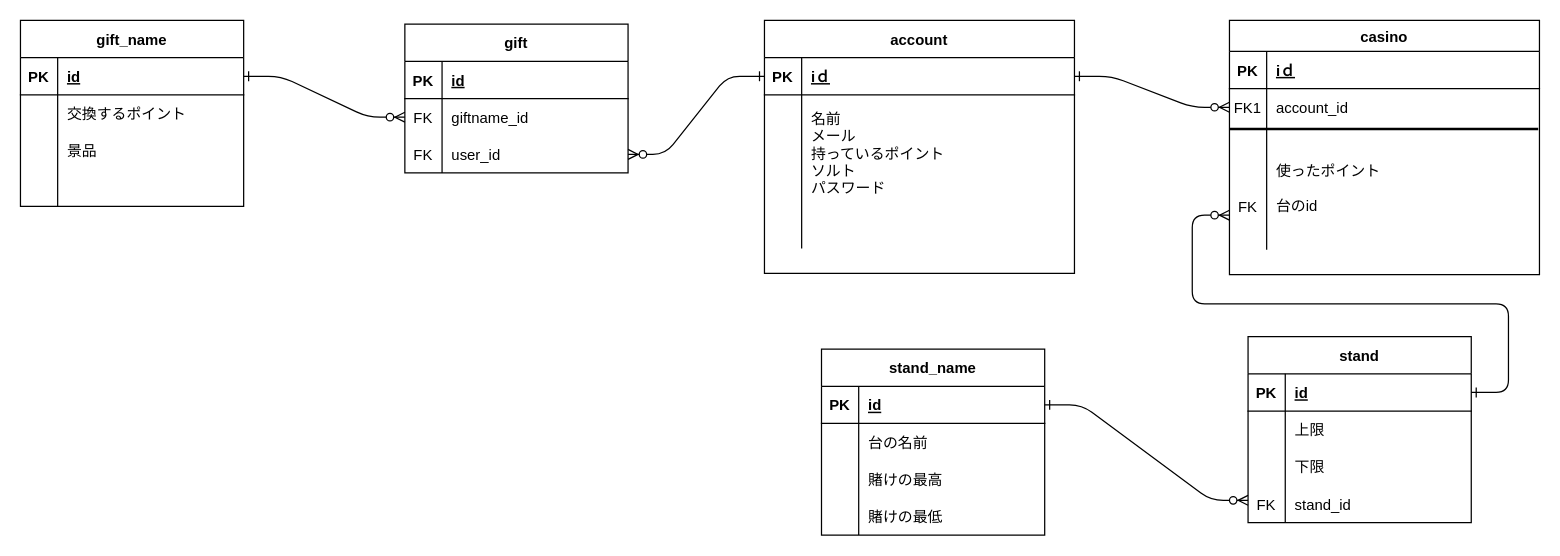
The draw.io diagram ER図.drawio in tsushima3074/Hackathon_casino, before the edit. Source tidied: cells renumbered, new cells numbered last; positions are measured from the earlier drawing's top-left corner, leaving out a move shared by most shapes. Both pictures are drawn from the tidied source at 124%, with x=0, y=0 at pixel (20, 20).
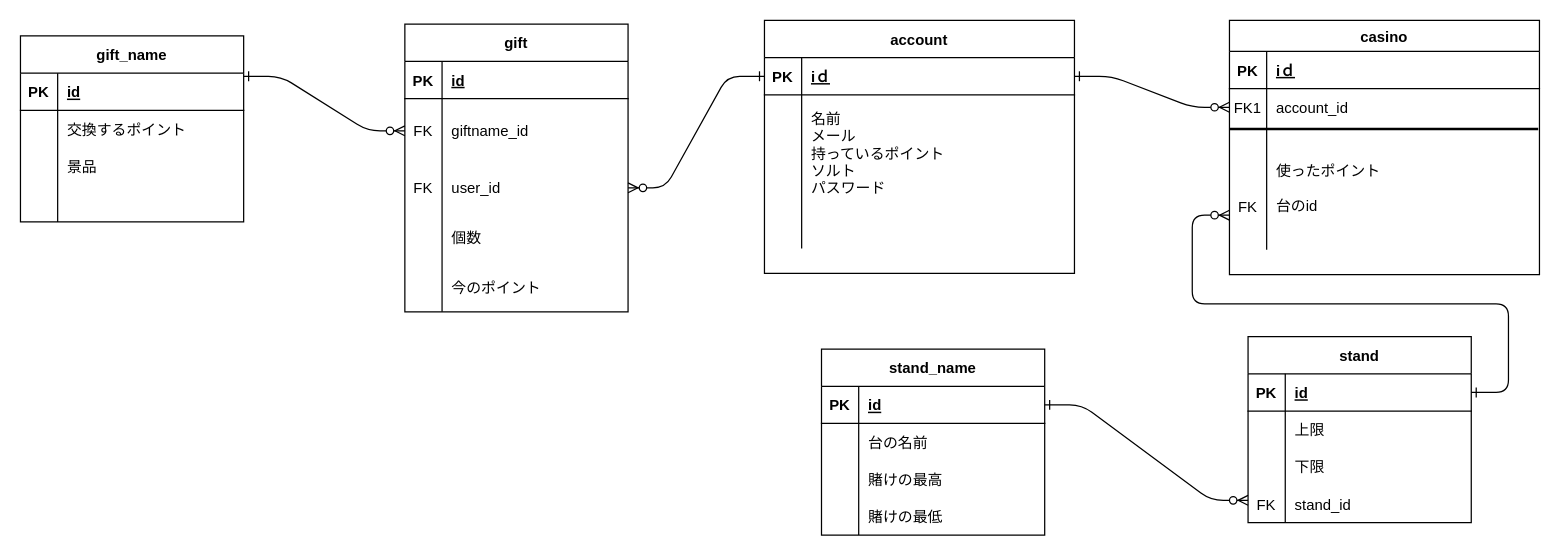
The same diagram, later.

Commit message:
ER図のやり直し

The edit, as a diff of the source:
```diff
@@
     <mxCell id="53" value="gift_name" style="shape=table;startSize=30;childLayout=tableLayout;rowLines=0;fontStyle=1;align=center;" parent="1" vertex="1">
-      <mxGeometry width="180" height="150" as="geometry" />
+      <mxGeometry y="12.5" width="180" height="150" as="geometry" />
     </mxCell>
@@
     <mxCell id="66" value="gift" style="shape=table;startSize=30;childLayout=tableLayout;rowLines=0;fontStyle=1;align=center;" parent="1" vertex="1">
-      <mxGeometry x="310" y="3" width="180" height="120" as="geometry" />
+      <mxGeometry x="310" y="3" width="180" height="232" as="geometry" />
     </mxCell>
@@
     <mxCell id="70" style="shape=tableRow;horizontal=0;startSize=0;swimlaneHead=0;swimlaneBody=0;fillColor=none;points=[[0,0.5],[1,0.5]];portConstraint=eastwest;top=0;left=0;right=0;bottom=0;" parent="66" vertex="1">
-      <mxGeometry y="60" width="180" height="30" as="geometry" />
+      <mxGeometry y="60" width="180" height="52" as="geometry" />
     </mxCell>
     <mxCell id="71" value="FK" style="shape=partialRectangle;fillColor=none;top=0;left=0;bottom=0;right=0;overflow=hidden;" parent="70" vertex="1">
-      <mxGeometry width="30" height="30" as="geometry" />
+      <mxGeometry width="30" height="52" as="geometry" />
     </mxCell>
     <mxCell id="72" value="giftname_id" style="shape=partialRectangle;fillColor=none;top=0;left=0;bottom=0;right=0;align=left;spacingLeft=6;overflow=hidden;" parent="70" vertex="1">
-      <mxGeometry x="30" width="150" height="30" as="geometry" />
+      <mxGeometry x="30" width="150" height="52" as="geometry" />
     </mxCell>
     <mxCell id="73" style="shape=tableRow;horizontal=0;startSize=0;swimlaneHead=0;swimlaneBody=0;fillColor=none;points=[[0,0.5],[1,0.5]];portConstraint=eastwest;top=0;left=0;right=0;bottom=0;" parent="66" vertex="1">
-      <mxGeometry y="90" width="180" height="30" as="geometry" />
+      <mxGeometry y="112" width="180" height="40" as="geometry" />
     </mxCell>
     <mxCell id="74" value="FK" style="shape=partialRectangle;fillColor=none;top=0;left=0;bottom=0;right=0;overflow=hidden;" parent="73" vertex="1">
-      <mxGeometry width="30" height="30" as="geometry" />
+      <mxGeometry width="30" height="40" as="geometry" />
     </mxCell>
     <mxCell id="75" value="user_id" style="shape=partialRectangle;fillColor=none;top=0;left=0;bottom=0;right=0;align=left;spacingLeft=6;overflow=hidden;" parent="73" vertex="1">
-      <mxGeometry x="30" width="150" height="30" as="geometry" />
+      <mxGeometry x="30" width="150" height="40" as="geometry" />
     </mxCell>
+    <mxCell id="78" style="shape=tableRow;horizontal=0;startSize=0;swimlaneHead=0;swimlaneBody=0;fillColor=none;top=0;left=0;right=0;bottom=0;" parent="66" vertex="1">
+      <mxGeometry y="152" width="180" height="40" as="geometry" />
+    </mxCell>
+    <mxCell id="79" style="shape=partialRectangle;fillColor=none;top=0;left=0;bottom=0;right=0;overflow=hidden;" parent="78" vertex="1">
+      <mxGeometry width="30" height="40" as="geometry" />
+    </mxCell>
+    <mxCell id="80" value="個数" style="shape=partialRectangle;fillColor=none;top=0;left=0;bottom=0;right=0;align=left;spacingLeft=6;overflow=hidden;" parent="78" vertex="1">
+      <mxGeometry x="30" width="150" height="40" as="geometry" />
+    </mxCell>
+    <mxCell id="81" style="shape=tableRow;horizontal=0;startSize=0;swimlaneHead=0;swimlaneBody=0;fillColor=none;top=0;left=0;right=0;bottom=0;" parent="66" vertex="1">
+      <mxGeometry y="192" width="180" height="40" as="geometry" />
+    </mxCell>
+    <mxCell id="82" style="shape=partialRectangle;fillColor=none;top=0;left=0;bottom=0;right=0;overflow=hidden;" parent="81" vertex="1">
+      <mxGeometry width="30" height="40" as="geometry" />
+    </mxCell>
+    <mxCell id="83" value="今のポイント" style="shape=partialRectangle;fillColor=none;top=0;left=0;bottom=0;right=0;align=left;spacingLeft=6;overflow=hidden;" parent="81" vertex="1">
+      <mxGeometry x="30" width="150" height="40" as="geometry" />
+    </mxCell>
```
